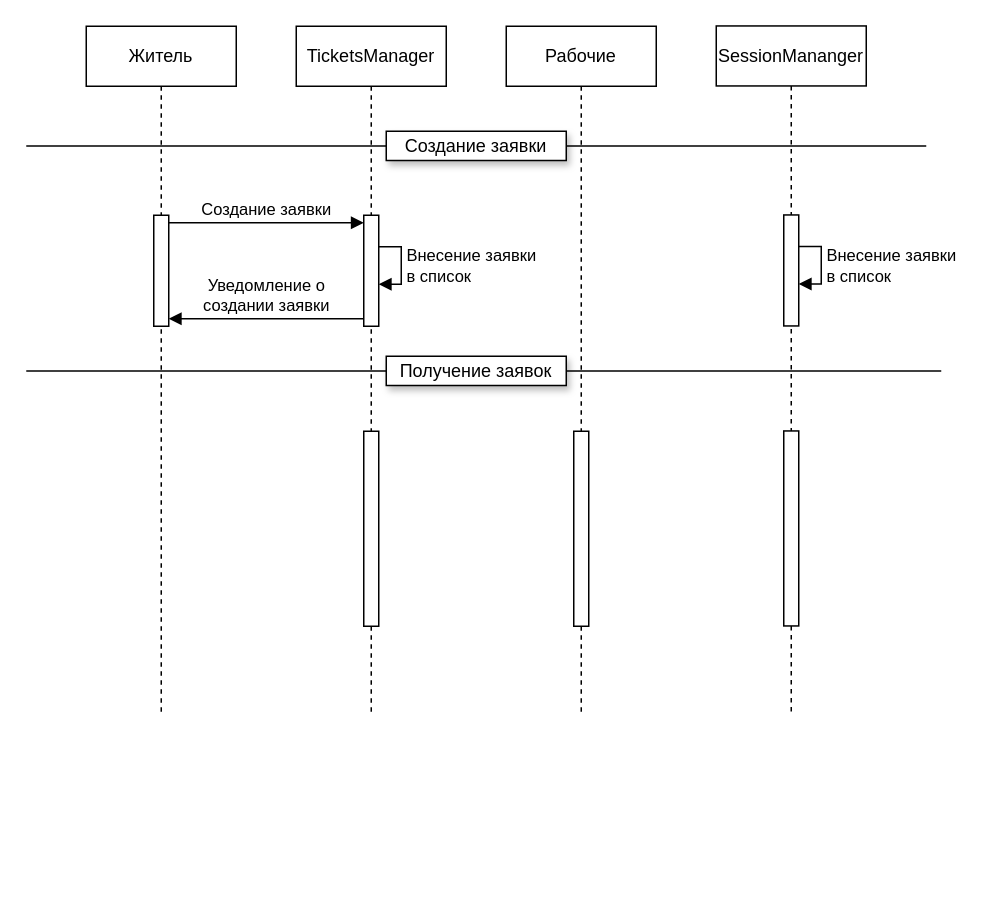
ArthurDavletov/ufanet_practice_zheu keeps this draw.io diagram as page "Заявки" (2 of 2) of diagrams/sequence_diagram.drawio. Above is the earlier version. Source tidied: cells renumbered, new cells numbered last; positions are measured from the earlier drawing's top-left corner, leaving out a move shared by most shapes. Both pictures are drawn from the tidied source at 150%, with x=0, y=0 at pixel (26, 26).
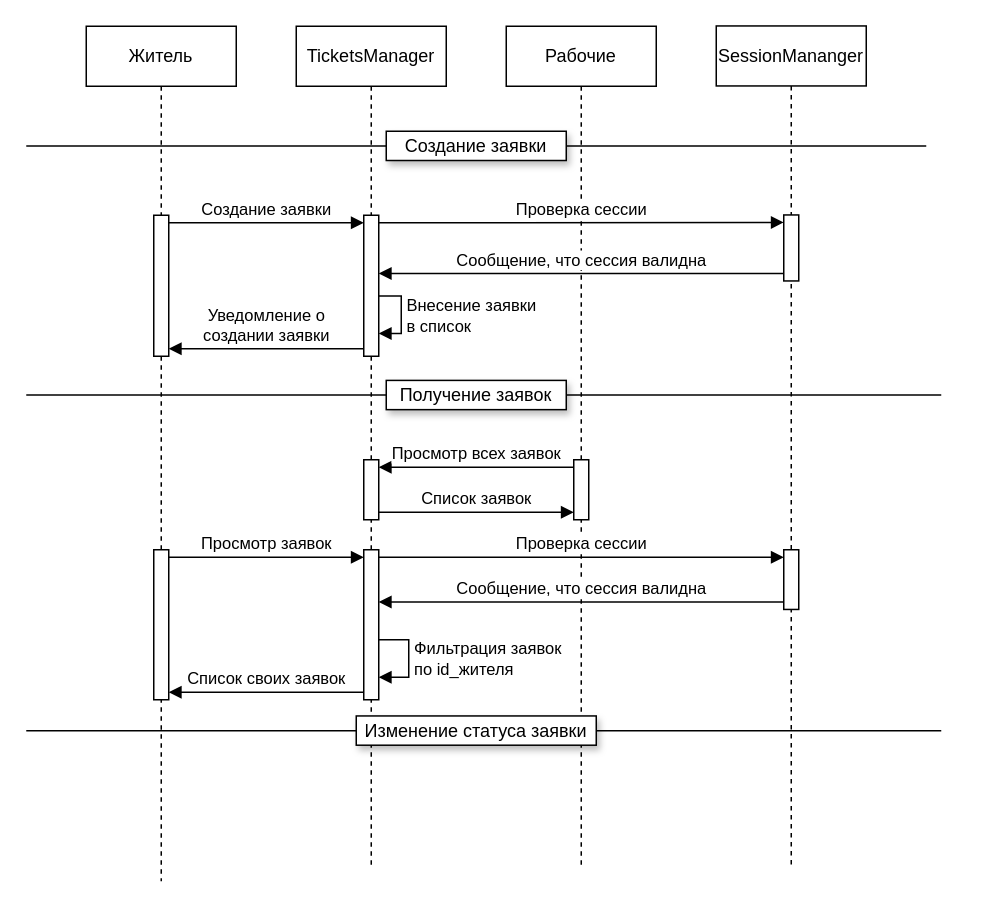
The same page after the edit.

Commit message:
Добавил "Получение заявок"

Diff of the diagram source:
```diff
@@
     <mxCell id="2" value="Житель" style="shape=umlLifeline;perimeter=lifelinePerimeter;whiteSpace=wrap;html=1;newEdgeStyle={&quot;curved&quot;:0,&quot;rounded&quot;:0};" parent="1" vertex="1">
-      <mxGeometry x="40" width="100" height="460" as="geometry" />
+      <mxGeometry x="40" width="100" height="570" as="geometry" />
     </mxCell>
     <mxCell id="3" style="html=1;points=[[0,0,0,0,5],[0,1,0,0,-5],[1,0,0,0,5],[1,1,0,0,-5]];perimeter=orthogonalPerimeter;outlineConnect=0;targetShapes=umlLifeline;portConstraint=eastwest;newEdgeStyle={&quot;curved&quot;:0,&quot;rounded&quot;:0};" parent="2" vertex="1">
-      <mxGeometry x="45" y="126" width="10" height="74" as="geometry" />
+      <mxGeometry x="45" y="126" width="10" height="94" as="geometry" />
     </mxCell>
+    <mxCell id="19" style="html=1;points=[[0,0,0,0,5],[0,1,0,0,-5],[1,0,0,0,5],[1,1,0,0,-5]];perimeter=orthogonalPerimeter;outlineConnect=0;targetShapes=umlLifeline;portConstraint=eastwest;newEdgeStyle={&quot;curved&quot;:0,&quot;rounded&quot;:0};" parent="2" vertex="1">
+      <mxGeometry x="45" y="349" width="10" height="100" as="geometry" />
+    </mxCell>
     <mxCell id="4" value="Рабочие" style="shape=umlLifeline;perimeter=lifelinePerimeter;whiteSpace=wrap;html=1;newEdgeStyle={&quot;curved&quot;:0,&quot;rounded&quot;:0};" parent="1" vertex="1">
-      <mxGeometry x="320" width="100" height="460" as="geometry" />
+      <mxGeometry x="320" width="100" height="560" as="geometry" />
     </mxCell>
     <mxCell id="5" style="html=1;points=[[0,0,0,0,5],[0,1,0,0,-5],[1,0,0,0,5],[1,1,0,0,-5]];perimeter=orthogonalPerimeter;outlineConnect=0;targetShapes=umlLifeline;portConstraint=eastwest;newEdgeStyle={&quot;curved&quot;:0,&quot;rounded&quot;:0};" parent="4" vertex="1">
-      <mxGeometry x="45" y="270" width="10" height="130" as="geometry" />
+      <mxGeometry x="45" y="289" width="10" height="40" as="geometry" />
     </mxCell>
     <mxCell id="6" value="TicketsManager" style="shape=umlLifeline;perimeter=lifelinePerimeter;whiteSpace=wrap;html=1;newEdgeStyle={&quot;curved&quot;:0,&quot;rounded&quot;:0};" parent="1" vertex="1">
-      <mxGeometry x="180" width="100" height="460" as="geometry" />
+      <mxGeometry x="180" width="100" height="560" as="geometry" />
     </mxCell>
     <mxCell id="7" style="html=1;points=[[0,0,0,0,5],[0,1,0,0,-5],[1,0,0,0,5],[1,1,0,0,-5]];perimeter=orthogonalPerimeter;outlineConnect=0;targetShapes=umlLifeline;portConstraint=eastwest;newEdgeStyle={&quot;curved&quot;:0,&quot;rounded&quot;:0};" parent="6" vertex="1">
-      <mxGeometry x="45" y="126" width="10" height="74" as="geometry" />
+      <mxGeometry x="45" y="126" width="10" height="94" as="geometry" />
     </mxCell>
-    <mxCell id="8" value="Внесение заявки&lt;div&gt;в список&lt;/div&gt;" style="html=1;align=left;spacingLeft=2;endArrow=block;rounded=0;edgeStyle=orthogonalEdgeStyle;curved=0;rounded=0;" parent="6" edge="1">
-      <mxGeometry relative="1" as="geometry">
-        <mxPoint x="55" y="147" as="sourcePoint" />
-        <mxPoint x="55" y="172" as="targetPoint" />
-        <Array as="points">
-          <mxPoint x="70" y="147" />
-          <mxPoint x="70" y="172" />
-        </Array>
-      </mxGeometry>
-    </mxCell>
     <mxCell id="9" style="html=1;points=[[0,0,0,0,5],[0,1,0,0,-5],[1,0,0,0,5],[1,1,0,0,-5]];perimeter=orthogonalPerimeter;outlineConnect=0;targetShapes=umlLifeline;portConstraint=eastwest;newEdgeStyle={&quot;curved&quot;:0,&quot;rounded&quot;:0};" parent="6" vertex="1">
-      <mxGeometry x="45" y="270" width="10" height="130" as="geometry" />
+      <mxGeometry x="45" y="289" width="10" height="40" as="geometry" />
     </mxCell>
+    <mxCell id="20" style="html=1;points=[[0,0,0,0,5],[0,1,0,0,-5],[1,0,0,0,5],[1,1,0,0,-5]];perimeter=orthogonalPerimeter;outlineConnect=0;targetShapes=umlLifeline;portConstraint=eastwest;newEdgeStyle={&quot;curved&quot;:0,&quot;rounded&quot;:0};" parent="6" vertex="1">
+      <mxGeometry x="45" y="349" width="10" height="100" as="geometry" />
+    </mxCell>
+    <mxCell id="21" value="Фильтрация заявок&lt;div&gt;по id_жителя&lt;/div&gt;" style="html=1;align=left;spacingLeft=2;endArrow=block;rounded=0;edgeStyle=orthogonalEdgeStyle;curved=0;rounded=0;" parent="6" edge="1" source="20" target="20">
+      <mxGeometry relative="1" as="geometry">
+        <Array as="points">
+          <mxPoint x="75" y="409" />
+          <mxPoint x="75" y="434" />
+        </Array>
+      </mxGeometry>
+    </mxCell>
@@
     <mxCell id="14" style="line;strokeWidth=1;fillColor=none;align=left;verticalAlign=middle;spacingTop=-1;spacingLeft=3;spacingRight=3;labelPosition=right;strokeColor=inherit;" parent="1" vertex="1">
-      <mxGeometry y="225.8" width="610" height="8" as="geometry" />
+      <mxGeometry y="241.8" width="610" height="8" as="geometry" />
     </mxCell>
     <mxCell id="15" value="Получение заявок" style="text;html=1;whiteSpace=wrap;strokeColor=#000000;fillColor=#FFFFFF;align=center;verticalAlign=middle;rounded=0;shadow=1;" parent="1" vertex="1">
-      <mxGeometry x="240" y="220" width="120" height="19.5" as="geometry" />
+      <mxGeometry x="240" y="236.1" width="120" height="19.5" as="geometry" />
     </mxCell>
     <mxCell id="16" value="SessionMananger" style="shape=umlLifeline;perimeter=lifelinePerimeter;whiteSpace=wrap;html=1;newEdgeStyle={&quot;curved&quot;:0,&quot;rounded&quot;:0};" parent="1" vertex="1">
-      <mxGeometry x="460" y="-0.2" width="100" height="460" as="geometry" />
+      <mxGeometry x="460" y="-0.2" width="100" height="560.2" as="geometry" />
     </mxCell>
     <mxCell id="17" style="html=1;points=[[0,0,0,0,5],[0,1,0,0,-5],[1,0,0,0,5],[1,1,0,0,-5]];perimeter=orthogonalPerimeter;outlineConnect=0;targetShapes=umlLifeline;portConstraint=eastwest;newEdgeStyle={&quot;curved&quot;:0,&quot;rounded&quot;:0};" parent="16" vertex="1">
-      <mxGeometry x="45" y="126" width="10" height="74" as="geometry" />
+      <mxGeometry x="45" y="126" width="10" height="44" as="geometry" />
     </mxCell>
-    <mxCell id="18" value="Внесение заявки&lt;div&gt;в список&lt;/div&gt;" style="html=1;align=left;spacingLeft=2;endArrow=block;rounded=0;edgeStyle=orthogonalEdgeStyle;curved=0;rounded=0;" parent="16" edge="1">
-      <mxGeometry relative="1" as="geometry">
-        <mxPoint x="55" y="147" as="sourcePoint" />
-        <mxPoint x="55" y="172" as="targetPoint" />
-        <Array as="points">
-          <mxPoint x="70" y="147" />
-          <mxPoint x="70" y="172" />
-        </Array>
-      </mxGeometry>
-    </mxCell>
-    <mxCell id="19" style="html=1;points=[[0,0,0,0,5],[0,1,0,0,-5],[1,0,0,0,5],[1,1,0,0,-5]];perimeter=orthogonalPerimeter;outlineConnect=0;targetShapes=umlLifeline;portConstraint=eastwest;newEdgeStyle={&quot;curved&quot;:0,&quot;rounded&quot;:0};" parent="16" vertex="1">
-      <mxGeometry x="45" y="270" width="10" height="130" as="geometry" />
-    </mxCell>
+    <mxCell id="22" style="html=1;points=[[0,0,0,0,5],[0,1,0,0,-5],[1,0,0,0,5],[1,1,0,0,-5]];perimeter=orthogonalPerimeter;outlineConnect=0;targetShapes=umlLifeline;portConstraint=eastwest;newEdgeStyle={&quot;curved&quot;:0,&quot;rounded&quot;:0};" parent="16" vertex="1">
+      <mxGeometry x="45" y="349.2" width="10" height="39.8" as="geometry" />
+    </mxCell>
+    <mxCell id="23" value="Проверка сессии" style="html=1;verticalAlign=bottom;endArrow=block;curved=0;rounded=0;entryX=0;entryY=0;entryDx=0;entryDy=5;entryPerimeter=0;exitX=1;exitY=0;exitDx=0;exitDy=5;exitPerimeter=0;" parent="1" edge="1" source="7" target="17">
+      <mxGeometry relative="1" as="geometry" />
+    </mxCell>
+    <mxCell id="24" value="Сообщение, что сессия валидна" style="html=1;verticalAlign=bottom;endArrow=block;curved=0;rounded=0;exitX=0;exitY=1;exitDx=0;exitDy=-5;exitPerimeter=0;" parent="1" edge="1" source="17" target="7">
+      <mxGeometry relative="1" as="geometry" />
+    </mxCell>
+    <mxCell id="8" value="Внесение заявки&lt;div&gt;в список&lt;/div&gt;" style="html=1;align=left;spacingLeft=2;endArrow=block;rounded=0;edgeStyle=orthogonalEdgeStyle;curved=0;rounded=0;" parent="1" edge="1">
+      <mxGeometry relative="1" as="geometry">
+        <mxPoint x="235" y="179.8" as="sourcePoint" />
+        <mxPoint x="235" y="204.8" as="targetPoint" />
+        <Array as="points">
+          <mxPoint x="250" y="179.8" />
+          <mxPoint x="250" y="204.8" />
+        </Array>
+      </mxGeometry>
+    </mxCell>
+    <mxCell id="25" value="Просмотр всех заявок" style="html=1;verticalAlign=bottom;endArrow=block;curved=0;rounded=0;exitX=0;exitY=0;exitDx=0;exitDy=5;exitPerimeter=0;entryX=1;entryY=0;entryDx=0;entryDy=5;entryPerimeter=0;" parent="1" edge="1" source="5" target="9">
+      <mxGeometry relative="1" as="geometry" />
+    </mxCell>
+    <mxCell id="26" value="Список заявок" style="html=1;verticalAlign=bottom;endArrow=block;curved=0;rounded=0;entryX=0;entryY=1;entryDx=0;entryDy=-5;entryPerimeter=0;exitX=1;exitY=1;exitDx=0;exitDy=-5;exitPerimeter=0;" parent="1" edge="1" source="9" target="5">
+      <mxGeometry relative="1" as="geometry" />
+    </mxCell>
+    <mxCell id="27" value="Просмотр заявок" style="html=1;verticalAlign=bottom;endArrow=block;curved=0;rounded=0;exitX=1;exitY=0;exitDx=0;exitDy=5;exitPerimeter=0;entryX=0;entryY=0;entryDx=0;entryDy=5;entryPerimeter=0;" parent="1" edge="1" source="19" target="20">
+      <mxGeometry relative="1" as="geometry" />
+    </mxCell>
+    <mxCell id="28" value="Проверка сессии" style="html=1;verticalAlign=bottom;endArrow=block;curved=0;rounded=0;entryX=0;entryY=0;entryDx=0;entryDy=5;entryPerimeter=0;exitX=1;exitY=0;exitDx=0;exitDy=5;exitPerimeter=0;" parent="1" edge="1" source="20" target="22">
+      <mxGeometry relative="1" as="geometry" />
+    </mxCell>
+    <mxCell id="29" value="Сообщение, что сессия валидна" style="html=1;verticalAlign=bottom;endArrow=block;curved=0;rounded=0;exitX=0;exitY=1;exitDx=0;exitDy=-5;exitPerimeter=0;" parent="1" edge="1" source="22" target="20">
+      <mxGeometry relative="1" as="geometry" />
+    </mxCell>
+    <mxCell id="30" value="Список своих заявок" style="html=1;verticalAlign=bottom;endArrow=block;curved=0;rounded=0;exitX=0;exitY=1;exitDx=0;exitDy=-5;exitPerimeter=0;entryX=1;entryY=1;entryDx=0;entryDy=-5;entryPerimeter=0;" parent="1" edge="1" source="20" target="19">
+      <mxGeometry relative="1" as="geometry" />
+    </mxCell>
+    <mxCell id="31" style="line;strokeWidth=1;fillColor=none;align=left;verticalAlign=middle;spacingTop=-1;spacingLeft=3;spacingRight=3;labelPosition=right;strokeColor=inherit;" parent="1" vertex="1">
+      <mxGeometry y="465.6" width="610" height="8" as="geometry" />
+    </mxCell>
+    <mxCell id="32" value="Изменение статуса заявки" style="text;html=1;whiteSpace=wrap;strokeColor=#000000;fillColor=#FFFFFF;align=center;verticalAlign=middle;rounded=0;shadow=1;" parent="1" vertex="1">
+      <mxGeometry x="220" y="459.8" width="160" height="19.5" as="geometry" />
+    </mxCell>
```
